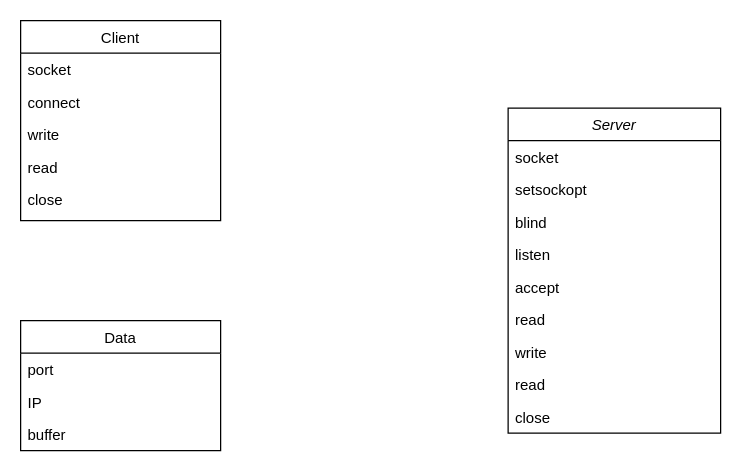
Before: 제목 없는 다이어그램.drawio in Buppong/MFC_Begineer, a draw.io diagram. Source tidied: cells renumbered, new cells numbered last; positions are measured from the earlier drawing's top-left corner, leaving out a move shared by most shapes. Both pictures are drawn from the tidied source at 125%, with x=0, y=0 at pixel (20, 20).
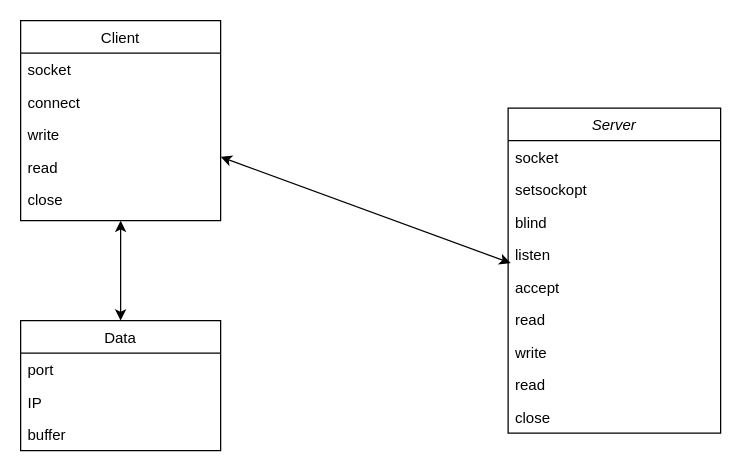
Above is the later version.

Commit message:
다이어그램내용변경

The change refers to these unchanged cells:
```xml
<mxCell id="6" value="listen" style="text;align=left;verticalAlign=top;spacingLeft=4;spacingRight=4;overflow=hidden;points=[[0,0.5],[1,0.5]];portConstraint=eastwest;" parent="2" vertex="1">
  <mxGeometry y="104" width="170" height="26" as="geometry" />
</mxCell>
<mxCell id="12" value="Client" style="swimlane;fontStyle=0;align=center;verticalAlign=top;horizontal=1;startSize=26;rounded=0;shadow=0;strokeWidth=1;" parent="1" vertex="1">
  <mxGeometry width="160" height="160" as="geometry" />
</mxCell>
<mxCell id="16" value="read" style="text;align=left;verticalAlign=top;spacingLeft=4;spacingRight=4;overflow=hidden;points=[[0,0.5],[1,0.5]];portConstraint=eastwest;rounded=0;shadow=0;html=0;" parent="12" vertex="1">
  <mxGeometry y="104" width="160" height="26" as="geometry" />
</mxCell>
<mxCell id="18" value="Data" style="swimlane;fontStyle=0;align=center;verticalAlign=top;horizontal=1;startSize=26;rounded=0;shadow=0;strokeWidth=1;" parent="1" vertex="1">
  <mxGeometry y="240" width="160" height="104" as="geometry" />
</mxCell>
```

What changed in the source:
```diff
@@
+    <mxCell id="22" style="endArrow=classic;startArrow=classic;html=1;rounded=0;entryX=0.012;entryY=0.769;entryDx=0;entryDy=0;entryPerimeter=0;exitX=1;exitY=0.192;exitDx=0;exitDy=0;exitPerimeter=0;" parent="1" edge="1" source="16" target="6">
+      <mxGeometry relative="1" as="geometry" />
+    </mxCell>
+    <mxCell id="23" style="endArrow=classic;startArrow=classic;html=1;rounded=0;entryX=0.5;entryY=1;entryDx=0;entryDy=0;exitX=0.5;exitY=0;exitDx=0;exitDy=0;" parent="1" edge="1" source="18" target="12">
+      <mxGeometry relative="1" as="geometry" />
+    </mxCell>
```
